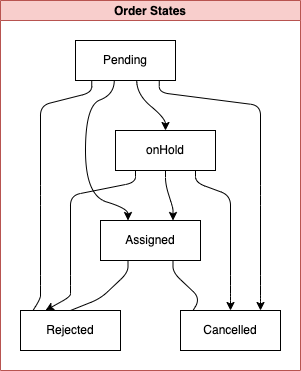
This is docs/diagrams/order-state.drawio.png from jbcodeforce/saga-choreography-kafka, a draw.io export, as it was before one commit. Source tidied: cells renumbered, new cells last; positions are measured from the earlier drawing's top-left corner, leaving out a move shared by most shapes. Source of this version:
```xml
<mxGraphModel>
  <root>
    <mxCell id="0" />
    <mxCell id="1" parent="0" />
    <mxCell id="2" value="Order States" style="swimlane;startSize=20;horizontal=1;flowOrientation=north;interRankCellSpacing=50;containerType=tree;fillColor=#f8cecc;strokeColor=#b85450;" parent="1" vertex="1">
      <mxGeometry width="300" height="370" as="geometry" />
    </mxCell>
    <mxCell id="3" style="edgeStyle=orthogonalEdgeStyle;html=1;orthogonal=1;noEdgeStyle=1;" parent="2" edge="1" source="5" target="15">
      <mxGeometry relative="1" as="geometry">
        <Array as="points">
          <mxPoint x="158.8" y="92" />
          <mxPoint x="260" y="105" />
          <mxPoint x="260" y="195" />
          <mxPoint x="260" y="195" />
          <mxPoint x="260" y="285" />
          <mxPoint x="260" y="298" />
        </Array>
      </mxGeometry>
    </mxCell>
    <mxCell id="4" style="edgeStyle=orthogonalEdgeStyle;html=1;entryX=0;entryY=0.5;entryDx=0;entryDy=0;noEdgeStyle=1;orthogonal=1;" parent="2" edge="1" source="5" target="16">
      <mxGeometry relative="1" as="geometry">
        <Array as="points">
          <mxPoint x="91.2" y="92" />
          <mxPoint x="40" y="105" />
          <mxPoint x="40" y="195" />
          <mxPoint x="40" y="195" />
          <mxPoint x="40" y="285" />
          <mxPoint x="40" y="298" />
        </Array>
      </mxGeometry>
    </mxCell>
    <mxCell id="5" value="Pending" style="whiteSpace=wrap;html=1;" parent="2" vertex="1">
      <mxGeometry x="75" y="40" width="100" height="40" as="geometry" />
    </mxCell>
    <mxCell id="6" style="edgeStyle=orthogonalEdgeStyle;html=1;noEdgeStyle=1;orthogonal=1;" parent="2" edge="1" source="9" target="13">
      <mxGeometry relative="1" as="geometry">
        <Array as="points">
          <mxPoint x="165" y="184" />
          <mxPoint x="172.5" y="208" />
        </Array>
      </mxGeometry>
    </mxCell>
    <mxCell id="7" style="edgeStyle=orthogonalEdgeStyle;html=1;entryX=0.25;entryY=0;entryDx=0;entryDy=0;noEdgeStyle=1;orthogonal=1;" parent="2" edge="1" source="9" target="16">
      <mxGeometry relative="1" as="geometry">
        <Array as="points">
          <mxPoint x="135" y="182" />
          <mxPoint x="70" y="195" />
          <mxPoint x="70" y="285" />
          <mxPoint x="70" y="296" />
        </Array>
      </mxGeometry>
    </mxCell>
    <mxCell id="8" style="edgeStyle=orthogonalEdgeStyle;html=1;noEdgeStyle=1;orthogonal=1;" parent="2" edge="1" source="9" target="15">
      <mxGeometry relative="1" as="geometry">
        <Array as="points">
          <mxPoint x="195" y="182" />
          <mxPoint x="230" y="195" />
          <mxPoint x="230" y="285" />
          <mxPoint x="230" y="296" />
        </Array>
      </mxGeometry>
    </mxCell>
    <mxCell id="9" value="onHold" style="whiteSpace=wrap;html=1;" parent="2" vertex="1">
      <mxGeometry x="115" y="130" width="100" height="40" as="geometry" />
    </mxCell>
    <mxCell id="10" style="html=1;curved=1;noEdgeStyle=1;orthogonal=1;" parent="2" edge="1" source="5" target="9">
      <mxGeometry relative="1" as="geometry">
        <Array as="points">
          <mxPoint x="136.2" y="94" />
          <mxPoint x="165" y="118" />
        </Array>
      </mxGeometry>
    </mxCell>
    <mxCell id="11" style="edgeStyle=orthogonalEdgeStyle;html=1;entryX=0;entryY=0.5;entryDx=0;entryDy=0;noEdgeStyle=1;orthogonal=1;" parent="2" edge="1" source="13" target="15">
      <mxGeometry relative="1" as="geometry">
        <Array as="points">
          <mxPoint x="172.5" y="272" />
          <mxPoint x="200" y="298" />
        </Array>
      </mxGeometry>
    </mxCell>
    <mxCell id="12" style="edgeStyle=orthogonalEdgeStyle;html=1;entryX=0;entryY=0.5;entryDx=0;entryDy=0;noEdgeStyle=1;orthogonal=1;" parent="2" edge="1" source="13" target="16">
      <mxGeometry relative="1" as="geometry">
        <Array as="points">
          <mxPoint x="127.5" y="272" />
          <mxPoint x="100" y="298" />
        </Array>
      </mxGeometry>
    </mxCell>
    <mxCell id="13" value="Assigned" style="whiteSpace=wrap;html=1;" parent="2" vertex="1">
      <mxGeometry x="100" y="220" width="100" height="40" as="geometry" />
    </mxCell>
    <mxCell id="14" style="html=1;curved=1;noEdgeStyle=1;orthogonal=1;" parent="2" edge="1" source="5" target="13">
      <mxGeometry relative="1" as="geometry">
        <Array as="points">
          <mxPoint x="113.8" y="94" />
          <mxPoint x="85" y="105" />
          <mxPoint x="85" y="195" />
          <mxPoint x="127.5" y="208" />
        </Array>
      </mxGeometry>
    </mxCell>
    <mxCell id="15" value="Cancelled" style="whiteSpace=wrap;html=1;" parent="2" vertex="1">
      <mxGeometry x="180" y="310" width="100" height="40" as="geometry" />
    </mxCell>
    <mxCell id="16" value="Rejected" style="whiteSpace=wrap;html=1;" parent="2" vertex="1">
      <mxGeometry x="20" y="310" width="100" height="40" as="geometry" />
    </mxCell>
  </root>
</mxGraphModel>
```
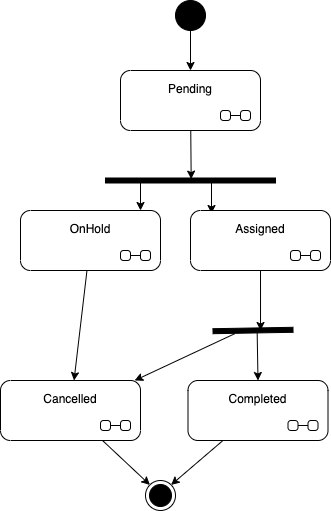
After the change.

What changed in the source:
```diff
@@ -2,109 +2,62 @@
   <root>
     <mxCell id="0" />
     <mxCell id="1" parent="0" />
-    <mxCell id="2" value="Order States" style="swimlane;startSize=20;horizontal=1;flowOrientation=north;interRankCellSpacing=50;containerType=tree;fillColor=#f8cecc;strokeColor=#b85450;" parent="1" vertex="1">
-      <mxGeometry width="300" height="370" as="geometry" />
-    </mxCell>
-    <mxCell id="3" style="edgeStyle=orthogonalEdgeStyle;html=1;orthogonal=1;noEdgeStyle=1;" parent="2" edge="1" source="5" target="15">
-      <mxGeometry relative="1" as="geometry">
-        <Array as="points">
-          <mxPoint x="158.8" y="92" />
-          <mxPoint x="260" y="105" />
-          <mxPoint x="260" y="195" />
-          <mxPoint x="260" y="195" />
-          <mxPoint x="260" y="285" />
-          <mxPoint x="260" y="298" />
-        </Array>
-      </mxGeometry>
-    </mxCell>
-    <mxCell id="4" style="edgeStyle=orthogonalEdgeStyle;html=1;entryX=0;entryY=0.5;entryDx=0;entryDy=0;noEdgeStyle=1;orthogonal=1;" parent="2" edge="1" source="5" target="16">
-      <mxGeometry relative="1" as="geometry">
-        <Array as="points">
-          <mxPoint x="91.2" y="92" />
-          <mxPoint x="40" y="105" />
-          <mxPoint x="40" y="195" />
-          <mxPoint x="40" y="195" />
-          <mxPoint x="40" y="285" />
-          <mxPoint x="40" y="298" />
-        </Array>
-      </mxGeometry>
-    </mxCell>
+    <mxCell id="17" style="edgeStyle=none;html=1;entryX=0.217;entryY=0.496;entryDx=0;entryDy=0;entryPerimeter=0;" parent="1" edge="1" source="5" target="22">
+      <mxGeometry relative="1" as="geometry" />
+    </mxCell>
-    <mxCell id="5" value="Pending" style="whiteSpace=wrap;html=1;" parent="2" vertex="1">
-      <mxGeometry x="75" y="40" width="100" height="40" as="geometry" />
+    <mxCell id="5" value="Pending" style="shape=umlState;rounded=1;verticalAlign=top;spacingTop=5;umlStateSymbol=collapseState;absoluteArcSize=1;arcSize=10;" parent="1" vertex="1">
+      <mxGeometry x="60" y="30" width="140" height="60" as="geometry" />
     </mxCell>
-    <mxCell id="6" style="edgeStyle=orthogonalEdgeStyle;html=1;noEdgeStyle=1;orthogonal=1;" parent="2" edge="1" source="9" target="13">
-      <mxGeometry relative="1" as="geometry">
-        <Array as="points">
-          <mxPoint x="165" y="184" />
-          <mxPoint x="172.5" y="208" />
-        </Array>
-      </mxGeometry>
-    </mxCell>
-    <mxCell id="7" style="edgeStyle=orthogonalEdgeStyle;html=1;entryX=0.25;entryY=0;entryDx=0;entryDy=0;noEdgeStyle=1;orthogonal=1;" parent="2" edge="1" source="9" target="16">
-      <mxGeometry relative="1" as="geometry">
-        <Array as="points">
-          <mxPoint x="135" y="182" />
-          <mxPoint x="70" y="195" />
-          <mxPoint x="70" y="285" />
-          <mxPoint x="70" y="296" />
-        </Array>
-      </mxGeometry>
-    </mxCell>
-    <mxCell id="8" style="edgeStyle=orthogonalEdgeStyle;html=1;noEdgeStyle=1;orthogonal=1;" parent="2" edge="1" source="9" target="15">
-      <mxGeometry relative="1" as="geometry">
-        <Array as="points">
-          <mxPoint x="195" y="182" />
-          <mxPoint x="230" y="195" />
-          <mxPoint x="230" y="285" />
-          <mxPoint x="230" y="296" />
-        </Array>
-      </mxGeometry>
-    </mxCell>
-    <mxCell id="9" value="onHold" style="whiteSpace=wrap;html=1;" parent="2" vertex="1">
-      <mxGeometry x="115" y="130" width="100" height="40" as="geometry" />
-    </mxCell>
-    <mxCell id="10" style="html=1;curved=1;noEdgeStyle=1;orthogonal=1;" parent="2" edge="1" source="5" target="9">
-      <mxGeometry relative="1" as="geometry">
-        <Array as="points">
-          <mxPoint x="136.2" y="94" />
-          <mxPoint x="165" y="118" />
-        </Array>
-      </mxGeometry>
-    </mxCell>
-    <mxCell id="11" style="edgeStyle=orthogonalEdgeStyle;html=1;entryX=0;entryY=0.5;entryDx=0;entryDy=0;noEdgeStyle=1;orthogonal=1;" parent="2" edge="1" source="13" target="15">
-      <mxGeometry relative="1" as="geometry">
-        <Array as="points">
-          <mxPoint x="172.5" y="272" />
-          <mxPoint x="200" y="298" />
-        </Array>
-      </mxGeometry>
-    </mxCell>
-    <mxCell id="12" style="edgeStyle=orthogonalEdgeStyle;html=1;entryX=0;entryY=0.5;entryDx=0;entryDy=0;noEdgeStyle=1;orthogonal=1;" parent="2" edge="1" source="13" target="16">
-      <mxGeometry relative="1" as="geometry">
-        <Array as="points">
-          <mxPoint x="127.5" y="272" />
-          <mxPoint x="100" y="298" />
-        </Array>
-      </mxGeometry>
-    </mxCell>
+    <mxCell id="18" style="edgeStyle=none;html=1;entryX=0.5;entryY=0;entryDx=0;entryDy=0;" parent="1" edge="1" source="19" target="5">
+      <mxGeometry relative="1" as="geometry" />
+    </mxCell>
+    <mxCell id="19" style="ellipse;fillColor=strokeColor;" parent="1" vertex="1">
+      <mxGeometry x="115" y="-40" width="30" height="30" as="geometry" />
+    </mxCell>
+    <mxCell id="20" style="edgeStyle=none;html=1;" parent="1" edge="1" source="22" target="24">
+      <mxGeometry relative="1" as="geometry" />
+    </mxCell>
+    <mxCell id="21" style="edgeStyle=none;html=1;entryX=0.15;entryY=0.05;entryDx=0;entryDy=0;entryPerimeter=0;" parent="1" edge="1" source="22" target="13">
+      <mxGeometry relative="1" as="geometry" />
+    </mxCell>
+    <mxCell id="22" style="html=1;points=[];perimeter=orthogonalPerimeter;fillColor=strokeColor;rotation=90;" parent="1" vertex="1">
+      <mxGeometry x="127.5" y="55" width="5" height="170" as="geometry" />
+    </mxCell>
+    <mxCell id="23" style="edgeStyle=none;html=1;" parent="1" edge="1" source="24" target="15">
+      <mxGeometry relative="1" as="geometry" />
+    </mxCell>
+    <mxCell id="24" value="OnHold" style="shape=umlState;rounded=1;verticalAlign=top;spacingTop=5;umlStateSymbol=collapseState;absoluteArcSize=1;arcSize=10;" parent="1" vertex="1">
+      <mxGeometry x="-40" y="170" width="140" height="60" as="geometry" />
+    </mxCell>
+    <mxCell id="25" style="edgeStyle=none;html=1;entryX=0.526;entryY=0.406;entryDx=0;entryDy=0;entryPerimeter=0;" parent="1" edge="1" source="13" target="32">
+      <mxGeometry relative="1" as="geometry" />
+    </mxCell>
+    <mxCell id="26" style="edgeStyle=none;html=1;exitX=1.07;exitY=0.728;exitDx=0;exitDy=0;exitPerimeter=0;" parent="1" edge="1" source="32" target="15">
+      <mxGeometry relative="1" as="geometry" />
+    </mxCell>
-    <mxCell id="13" value="Assigned" style="whiteSpace=wrap;html=1;" parent="2" vertex="1">
-      <mxGeometry x="100" y="220" width="100" height="40" as="geometry" />
+    <mxCell id="13" value="Assigned" style="shape=umlState;rounded=1;verticalAlign=top;spacingTop=5;umlStateSymbol=collapseState;absoluteArcSize=1;arcSize=10;" parent="1" vertex="1">
+      <mxGeometry x="130" y="170" width="140" height="60" as="geometry" />
     </mxCell>
-    <mxCell id="14" style="html=1;curved=1;noEdgeStyle=1;orthogonal=1;" parent="2" edge="1" source="5" target="13">
-      <mxGeometry relative="1" as="geometry">
-        <Array as="points">
-          <mxPoint x="113.8" y="94" />
-          <mxPoint x="85" y="105" />
-          <mxPoint x="85" y="195" />
-          <mxPoint x="127.5" y="208" />
-        </Array>
-      </mxGeometry>
-    </mxCell>
+    <mxCell id="27" style="edgeStyle=none;html=1;entryX=0;entryY=0;entryDx=0;entryDy=0;" parent="1" edge="1" source="15" target="30">
+      <mxGeometry relative="1" as="geometry" />
+    </mxCell>
-    <mxCell id="15" value="Cancelled" style="whiteSpace=wrap;html=1;" parent="2" vertex="1">
-      <mxGeometry x="180" y="310" width="100" height="40" as="geometry" />
+    <mxCell id="15" value="Cancelled" style="shape=umlState;rounded=1;verticalAlign=top;spacingTop=5;umlStateSymbol=collapseState;absoluteArcSize=1;arcSize=10;" parent="1" vertex="1">
+      <mxGeometry x="-60" y="340" width="140" height="60" as="geometry" />
     </mxCell>
-    <mxCell id="16" value="Rejected" style="whiteSpace=wrap;html=1;" parent="2" vertex="1">
-      <mxGeometry x="20" y="310" width="100" height="40" as="geometry" />
-    </mxCell>
+    <mxCell id="28" style="edgeStyle=none;html=1;entryX=1;entryY=0;entryDx=0;entryDy=0;" parent="1" edge="1" source="29" target="30">
+      <mxGeometry relative="1" as="geometry" />
+    </mxCell>
+    <mxCell id="29" value="Completed" style="shape=umlState;rounded=1;verticalAlign=top;spacingTop=5;umlStateSymbol=collapseState;absoluteArcSize=1;arcSize=10;" parent="1" vertex="1">
+      <mxGeometry x="127.5" y="340" width="140" height="60" as="geometry" />
+    </mxCell>
+    <mxCell id="30" style="ellipse;html=1;shape=endState;fillColor=strokeColor;" parent="1" vertex="1">
+      <mxGeometry x="85" y="440" width="30" height="30" as="geometry" />
+    </mxCell>
+    <mxCell id="31" style="edgeStyle=none;html=1;entryX=0.5;entryY=0;entryDx=0;entryDy=0;" parent="1" edge="1" source="32" target="29">
+      <mxGeometry relative="1" as="geometry" />
+    </mxCell>
+    <mxCell id="32" style="html=1;points=[];perimeter=orthogonalPerimeter;fillColor=strokeColor;rotation=89;" parent="1" vertex="1">
+      <mxGeometry x="190" y="250" width="5" height="80" as="geometry" />
+    </mxCell>
   </root>
 </mxGraphModel>
```
